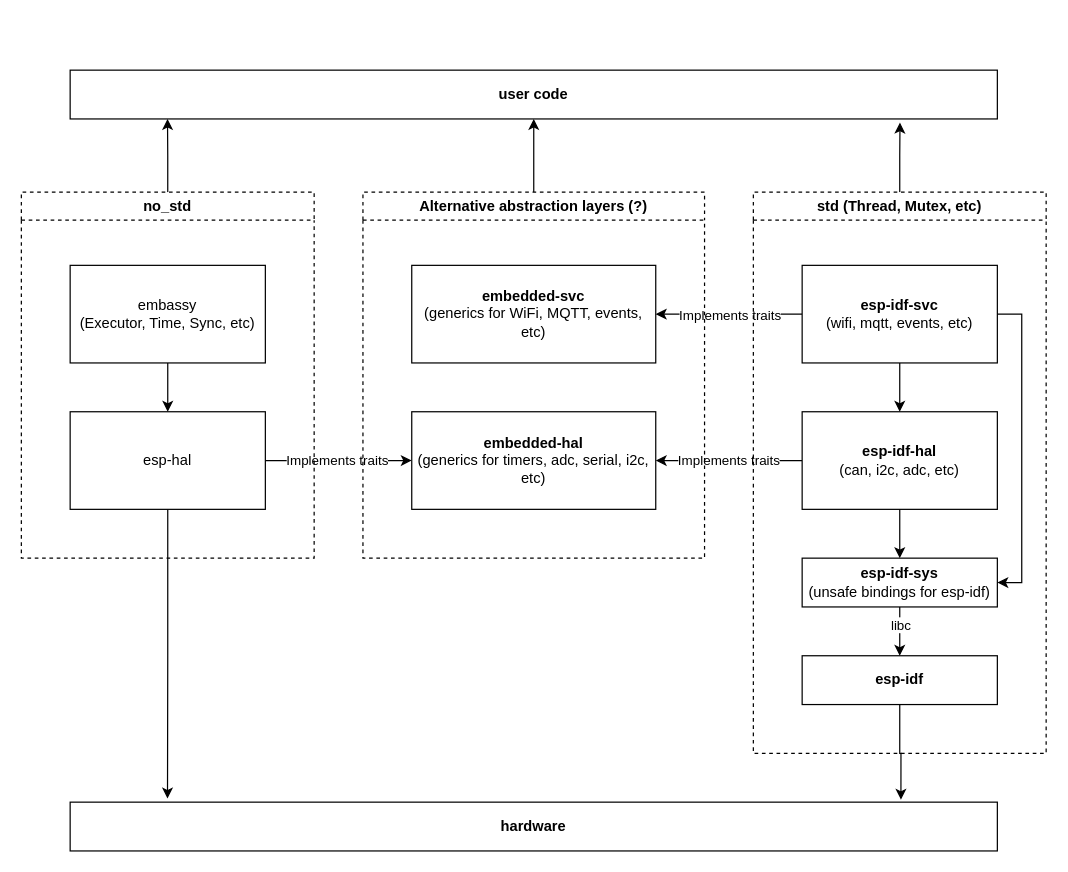
Above: Untitled Diagram.drawio in JaagupAverin/drawio-new (draw.io), before the change. Source tidied: cells renumbered, new cells numbered last; positions are measured from the earlier drawing's top-left corner, leaving out a move shared by most shapes. Both pictures are drawn from the tidied source at 122%, with x=0, y=0 at pixel (21, 70).
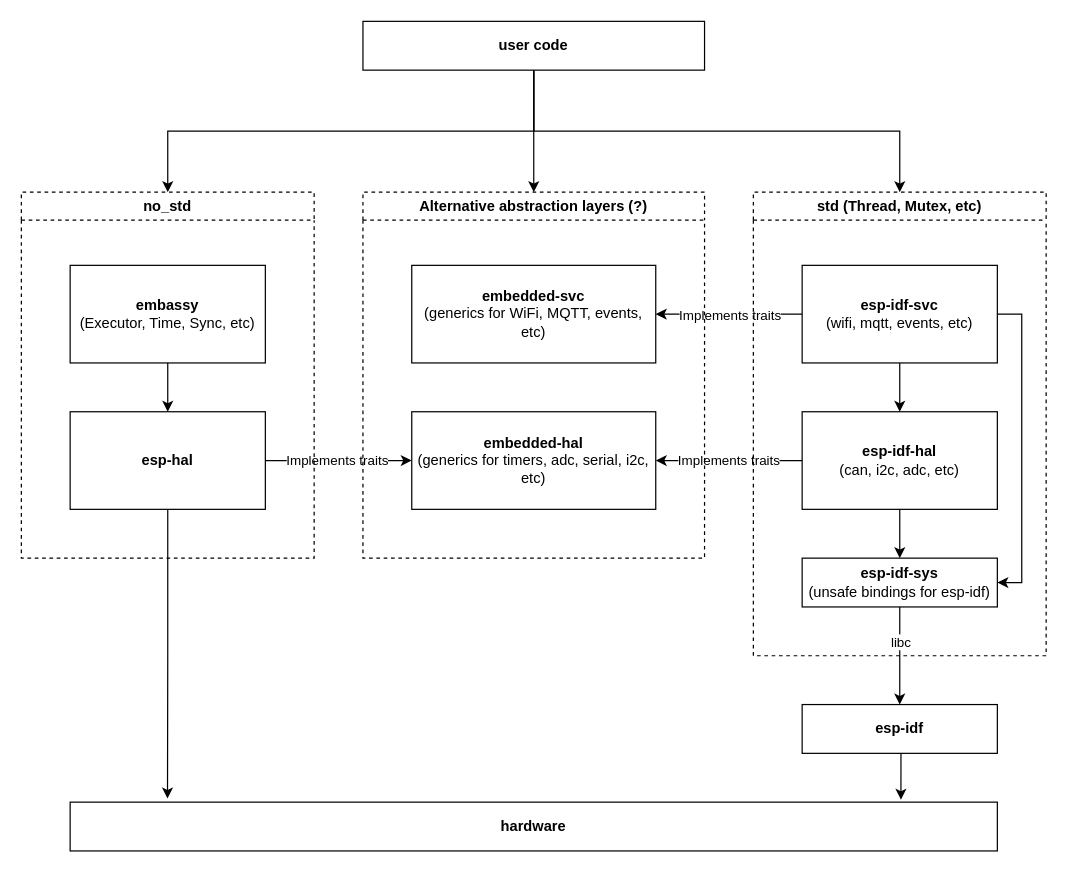
The same diagram, later.

Commit message:
rust-embedded

The change refers to these unchanged cells:
```xml
<mxCell id="18" value="Alternative abstraction layers (?)" style="swimlane;whiteSpace=wrap;html=1;dashed=1;" parent="1" vertex="1">
  <mxGeometry x="280" y="100" width="280" height="300" as="geometry" />
</mxCell>
<mxCell id="20" value="no_std" style="swimlane;whiteSpace=wrap;html=1;dashed=1;" parent="1" vertex="1">
  <mxGeometry y="100" width="240" height="300" as="geometry" />
</mxCell>
<mxCell id="25" value="&lt;b&gt;esp-idf-svc&lt;/b&gt;&lt;br&gt;(wifi, mqtt, events, etc)" style="whiteSpace=wrap;html=1;" parent="22" vertex="1">
  <mxGeometry x="40" y="60" width="160" height="80" as="geometry" />
</mxCell>
<mxCell id="26" value="&lt;b&gt;esp-idf-sys&lt;br&gt;&lt;/b&gt;(unsafe bindings for esp-idf)" style="whiteSpace=wrap;html=1;" parent="22" vertex="1">
  <mxGeometry x="40" y="300" width="160" height="40" as="geometry" />
</mxCell>
```

Change to the diagram source:
```diff
@@
-    <mxCell id="5" value="esp-hal" style="rounded=0;whiteSpace=wrap;html=1;" parent="1" vertex="1">
+    <mxCell id="5" value="&lt;b&gt;esp-hal&lt;/b&gt;" style="rounded=0;whiteSpace=wrap;html=1;" parent="1" vertex="1">
       <mxGeometry x="40" y="280" width="160" height="80" as="geometry" />
     </mxCell>
@@
-    <mxCell id="11" value="embassy&lt;br&gt;(Executor, Time, Sync, etc)" style="whiteSpace=wrap;html=1;" parent="1" vertex="1">
+    <mxCell id="11" value="&lt;b&gt;embassy&lt;br&gt;&lt;/b&gt;(Executor, Time, Sync, etc)" style="whiteSpace=wrap;html=1;" parent="1" vertex="1">
       <mxGeometry x="40" y="160" width="160" height="80" as="geometry" />
     </mxCell>
@@
+    <mxCell id="32" style="edgeStyle=orthogonalEdgeStyle;rounded=0;jettySize=auto;html=1;exitX=0.5;exitY=1;exitDx=0;exitDy=0;entryX=0.5;entryY=0;entryDx=0;entryDy=0;" parent="1" edge="1" source="16" target="20">
+      <mxGeometry relative="1" as="geometry" />
+    </mxCell>
+    <mxCell id="33" style="edgeStyle=orthogonalEdgeStyle;rounded=0;jettySize=auto;html=1;exitX=0.5;exitY=1;exitDx=0;exitDy=0;entryX=0.5;entryY=0;entryDx=0;entryDy=0;" parent="1" edge="1" source="16" target="22">
+      <mxGeometry relative="1" as="geometry" />
+    </mxCell>
+    <mxCell id="34" style="edgeStyle=orthogonalEdgeStyle;rounded=0;jettySize=auto;html=1;exitX=0.5;exitY=1;exitDx=0;exitDy=0;entryX=0.5;entryY=0;entryDx=0;entryDy=0;" parent="1" edge="1" source="16" target="18">
+      <mxGeometry relative="1" as="geometry" />
+    </mxCell>
     <mxCell id="16" value="&lt;b&gt;user code&lt;/b&gt;" style="whiteSpace=wrap;html=1;" parent="1" vertex="1">
-      <mxGeometry x="40" width="760" height="40" as="geometry" />
+      <mxGeometry x="280" y="-40" width="280" height="40" as="geometry" />
     </mxCell>
-    <mxCell id="17" style="edgeStyle=orthogonalEdgeStyle;rounded=0;jettySize=auto;html=1;exitX=0.5;exitY=0;exitDx=0;exitDy=0;entryX=0.5;entryY=1;entryDx=0;entryDy=0;" parent="1" edge="1" source="18" target="16">
-      <mxGeometry relative="1" as="geometry" />
-    </mxCell>
@@
-    <mxCell id="19" style="edgeStyle=orthogonalEdgeStyle;rounded=0;jettySize=auto;html=1;exitX=0.5;exitY=0;exitDx=0;exitDy=0;entryX=0.105;entryY=1;entryDx=0;entryDy=0;entryPerimeter=0;" parent="1" edge="1" source="20" target="16">
-      <mxGeometry relative="1" as="geometry" />
-    </mxCell>
@@
-    <mxCell id="21" style="edgeStyle=orthogonalEdgeStyle;rounded=0;jettySize=auto;html=1;exitX=0.5;exitY=0;exitDx=0;exitDy=0;entryX=0.895;entryY=1.075;entryDx=0;entryDy=0;entryPerimeter=0;" parent="1" edge="1" source="22" target="16">
-      <mxGeometry relative="1" as="geometry" />
-    </mxCell>
     <mxCell id="22" value="std (Thread, Mutex, etc)" style="swimlane;whiteSpace=wrap;html=1;dashed=1;" parent="1" vertex="1">
-      <mxGeometry x="600" y="100" width="240" height="460" as="geometry" />
+      <mxGeometry x="600" y="100" width="240" height="380" as="geometry" />
     </mxCell>
@@
+    <mxCell id="29" style="edgeStyle=orthogonalEdgeStyle;rounded=0;jettySize=auto;html=1;exitX=1;exitY=0.5;exitDx=0;exitDy=0;entryX=1;entryY=0.5;entryDx=0;entryDy=0;" parent="22" edge="1" source="25" target="26">
+      <mxGeometry relative="1" as="geometry" />
+    </mxCell>
-    <mxCell id="28" value="&lt;b&gt;esp-idf&lt;/b&gt;" style="whiteSpace=wrap;html=1;" parent="22" vertex="1">
-      <mxGeometry x="40" y="380" width="160" height="40" as="geometry" />
+    <mxCell id="28" value="&lt;b&gt;esp-idf&lt;/b&gt;" style="whiteSpace=wrap;html=1;" parent="1" vertex="1">
+      <mxGeometry x="640" y="520" width="160" height="40" as="geometry" />
     </mxCell>
-    <mxCell id="29" style="edgeStyle=orthogonalEdgeStyle;rounded=0;jettySize=auto;html=1;exitX=1;exitY=0.5;exitDx=0;exitDy=0;entryX=1;entryY=0.5;entryDx=0;entryDy=0;" parent="22" edge="1" source="25" target="26">
-      <mxGeometry relative="1" as="geometry" />
-    </mxCell>
-    <mxCell id="30" style="edgeStyle=orthogonalEdgeStyle;rounded=0;jettySize=auto;html=1;exitX=0.5;exitY=1;exitDx=0;exitDy=0;entryX=0.5;entryY=0;entryDx=0;entryDy=0;" parent="22" edge="1" source="26" target="28">
+    <mxCell id="30" style="edgeStyle=orthogonalEdgeStyle;rounded=0;jettySize=auto;html=1;exitX=0.5;exitY=1;exitDx=0;exitDy=0;entryX=0.5;entryY=0;entryDx=0;entryDy=0;" parent="1" edge="1" source="26" target="28">
       <mxGeometry relative="1" as="geometry" />
     </mxCell>
```
